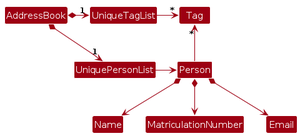
Above: diagrams/BetterModelClassDiagram.png in AY2627S1-CS2103T-T10-2/tp (PlantUML), before the change. Its source is kept beside it as diagrams/BetterModelClassDiagram.puml.
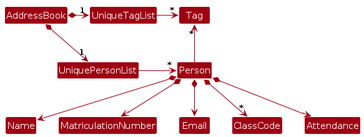
After the commit.

Change to the diagram source:
```diff
@@ -9,11 +9,13 @@
 UniqueTagList -[hidden]down- UniquePersonList
 
 UniqueTagList -right-> "*" Tag
-UniquePersonList -right-> Person
+UniquePersonList -right-> "*" Person : "     "
 
 Person -up-> "*" Tag
 
 Person *--> Name
 Person *--> MatriculationNumber
 Person *--> Email
+Person *--> "*" ClassCode
+Person *--> Attendance
 @enduml
```
